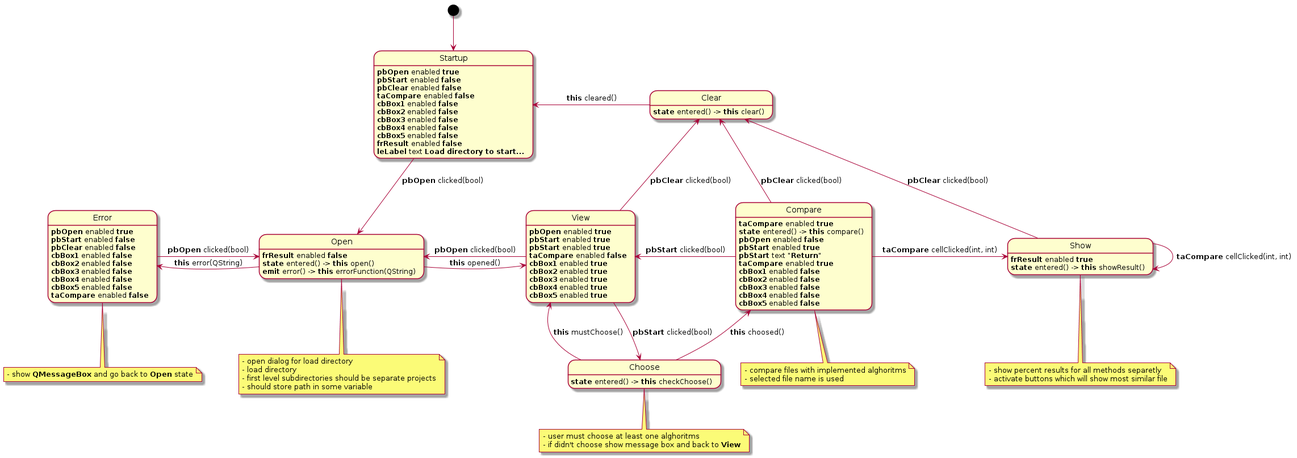
MichalBernacki/Plagiarism_detection_app keeps this PlantUML diagram as Projekt/uml/interface.png. Above is the earlier version.
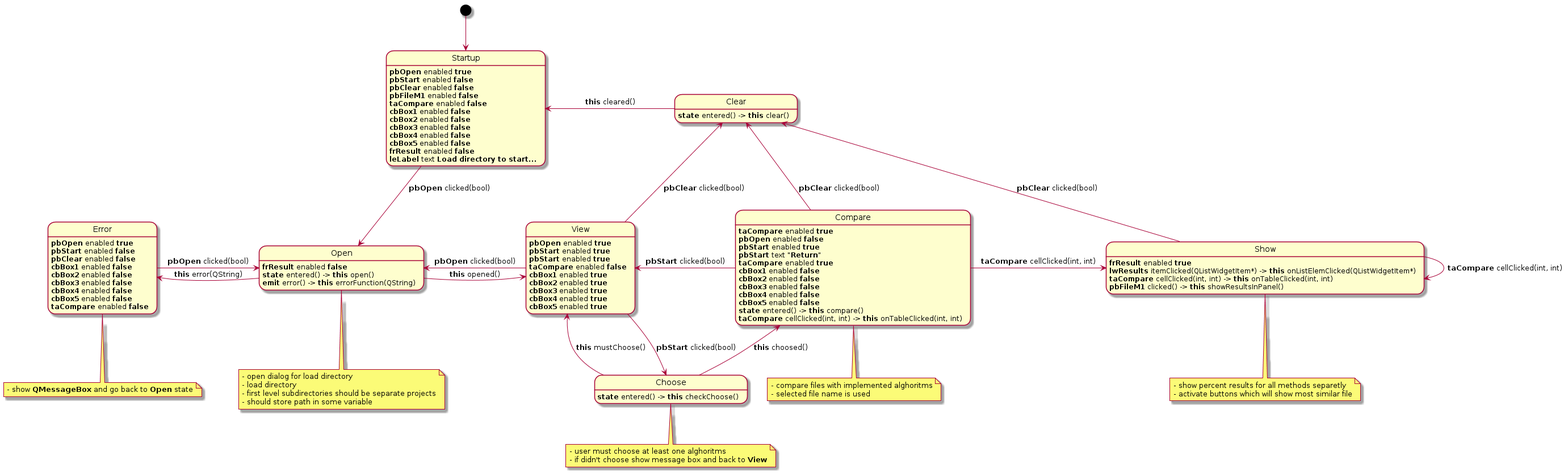
The same diagram one commit later.

Commit message:
Fix for interface uml

The edit, as a diff of the source:
```diff
@@ -17,7 +17,7 @@
     Compare -up-> Clear : <b>pbClear</b> clicked(bool)
 
     Show -right-> Show : <b>taCompare</b> cellClicked(int, int)
-	Show -left-> Clear : <b>pbClear</b> clicked(bool)
+    Show -left-> Clear : <b>pbClear</b> clicked(bool)
 
     Clear -left-> Startup : <b>this</b> cleared()
 
@@ -44,13 +44,14 @@
     end note
 
     note bottom of Error
-    	- show <b>QMessageBox</b> and go back to <b>Open</b> state
+        - show <b>QMessageBox</b> and go back to <b>Open</b> state
     end note
 
 
     Startup: <b>pbOpen</b> enabled <b>true</b>
     Startup: <b>pbStart</b> enabled <b>false</b>
     Startup: <b>pbClear</b> enabled <b>false</b>
+    Startup: <b>pbFileM1</b> enabled <b>false</b>
     Startup: <b>taCompare</b> enabled <b>false</b>
     Startup: <b>cbBox1</b> enabled <b>false</b>
     Startup: <b>cbBox2</b> enabled <b>false</b>
@@ -76,8 +77,7 @@
 
 
     Compare: <b>taCompare</b> enabled <b>true</b>
-    Compare: <b>state</b> entered() -> <b>this</b> compare()
-	Compare: <b>pbOpen</b> enabled <b>false</b>
+    Compare: <b>pbOpen</b> enabled <b>false</b>
     Compare: <b>pbStart</b> enabled <b>true</b>
     Compare: <b>pbStart</b> text <b>"Return"</b>
     Compare: <b>taCompare</b> enabled <b>true</b>
@@ -86,6 +86,9 @@
     Compare: <b>cbBox3</b> enabled <b>false</b>
     Compare: <b>cbBox4</b> enabled <b>false</b>
     Compare: <b>cbBox5</b> enabled <b>false</b>
+    Compare: <b>state</b> entered() -> <b>this</b> compare()
+    Compare: <b>taCompare</b> cellClicked(int, int) -> <b>this</b> onTableClicked(int, int)
+
     Choose: <b>state</b> entered() -> <b>this</b> checkChoose()
 
     Error: <b>pbOpen</b> enabled <b>true</b>
@@ -101,5 +104,7 @@
     Clear: <b>state</b> entered() -> <b>this</b> clear()
 
     Show: <b>frResult</b> enabled <b>true</b>
-    Show: <b>state</b> entered() -> <b>this</b> showResult()
+    Show: <b>lwResults</b> itemClicked(QListWidgetItem*) -> <b>this</b> onListElemClicked(QListWidgetItem*)
+    Show: <b>taCompare</b> cellClicked(int, int) -> <b>this</b> onTableClicked(int, int)
+    Show: <b>pbFileM1</b> clicked() -> <b>this</b> showResultsInPanel()
 @enduml
```
